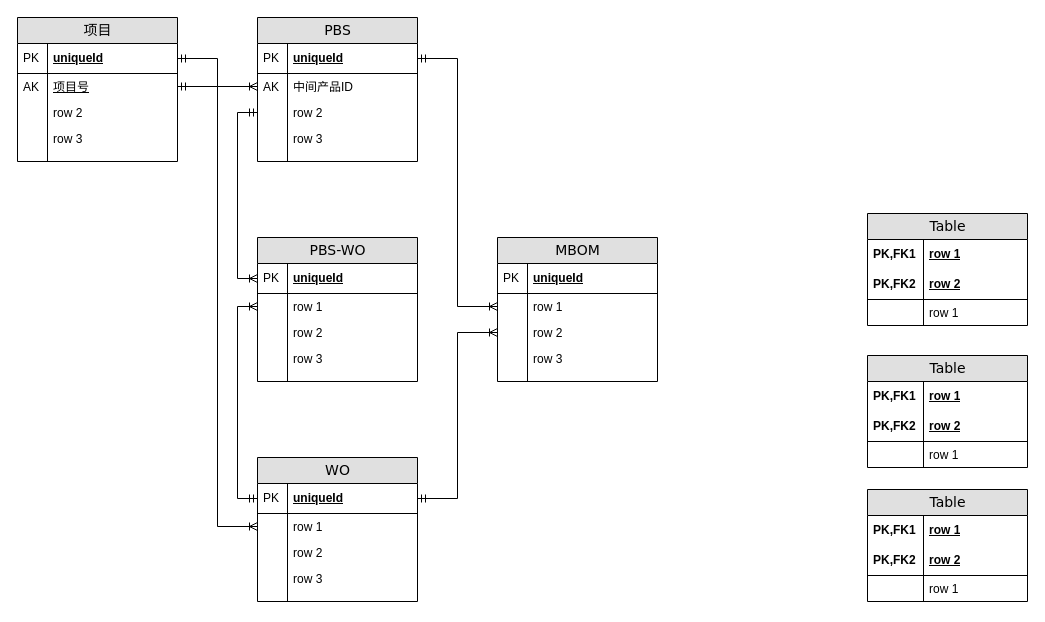
The draw.io diagram 4DP.drawio in blackdreamzg/bak, before the edit. Source tidied: cells renumbered, new cells numbered last; positions are measured from the earlier drawing's top-left corner, leaving out a move shared by most shapes. Both pictures are drawn from the tidied source at 100%, with x=0, y=0 at pixel (17, 17).
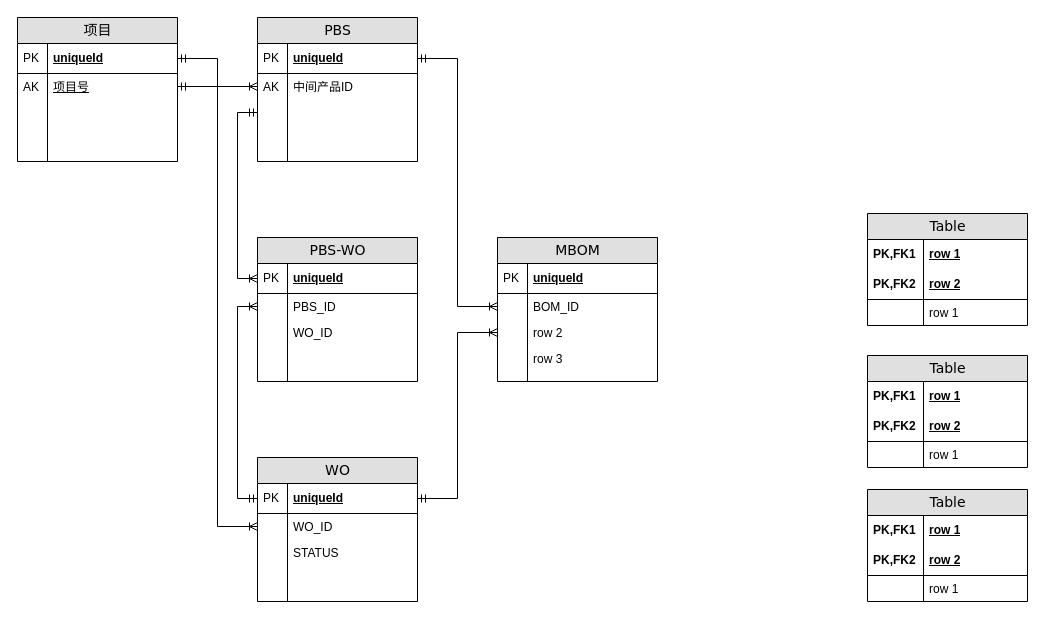
The same page after the edit.

The change refers to these unchanged cells:
```xml
<mxCell id="2" value="WO" style="swimlane;html=1;fontStyle=0;horizontal=1;startSize=26;fillColor=#e0e0e0;swimlaneFillColor=#ffffff;align=center;rounded=0;shadow=0;comic=0;labelBackgroundColor=none;strokeWidth=1;fontFamily=Verdana;fontSize=14;swimlaneLine=1;" parent="1" vertex="1">
  <mxGeometry x="240" y="440" width="160" height="144" as="geometry" />
</mxCell>
<mxCell id="13" value="PBS" style="swimlane;html=1;fontStyle=0;horizontal=1;startSize=26;fillColor=#e0e0e0;swimlaneFillColor=#ffffff;align=center;rounded=0;shadow=0;comic=0;labelBackgroundColor=none;strokeWidth=1;fontFamily=Verdana;fontSize=14;" parent="1" vertex="1">
  <mxGeometry x="240" width="160" height="144" as="geometry" />
</mxCell>
<mxCell id="24" value="MBOM" style="swimlane;html=1;fontStyle=0;horizontal=1;startSize=26;fillColor=#e0e0e0;swimlaneFillColor=#ffffff;align=center;rounded=0;shadow=0;comic=0;labelBackgroundColor=none;strokeWidth=1;fontFamily=Verdana;fontSize=14;" parent="1" vertex="1">
  <mxGeometry x="480" y="220" width="160" height="144" as="geometry" />
</mxCell>
<mxCell id="56" value="项目" style="swimlane;html=1;fontStyle=0;horizontal=1;startSize=26;fillColor=#e0e0e0;swimlaneFillColor=#ffffff;align=center;rounded=0;shadow=0;comic=0;labelBackgroundColor=none;strokeWidth=1;fontFamily=Verdana;fontSize=14;" parent="1" vertex="1">
  <mxGeometry width="160" height="144" as="geometry" />
</mxCell>
<mxCell id="68" value="PBS-WO" style="swimlane;html=1;fontStyle=0;horizontal=1;startSize=26;fillColor=#e0e0e0;swimlaneFillColor=#ffffff;align=center;rounded=0;shadow=0;comic=0;labelBackgroundColor=none;strokeWidth=1;fontFamily=Verdana;fontSize=14;" parent="1" vertex="1">
  <mxGeometry x="240" y="220" width="160" height="144" as="geometry" />
</mxCell>
```

Change to the diagram source:
```diff
@@
-    <mxCell id="5" value="row 1" style="shape=partialRectangle;top=0;left=0;right=0;bottom=0;html=1;align=left;verticalAlign=top;fillColor=none;spacingLeft=34;spacingRight=4;whiteSpace=wrap;overflow=hidden;points=[[0,0.5],[1,0.5]];portConstraint=eastwest;" parent="2" vertex="1">
+    <mxCell id="5" value="WO_ID" style="shape=partialRectangle;top=0;left=0;right=0;bottom=0;html=1;align=left;verticalAlign=top;fillColor=none;spacingLeft=34;spacingRight=4;whiteSpace=wrap;overflow=hidden;points=[[0,0.5],[1,0.5]];portConstraint=eastwest;" parent="2" vertex="1">
       <mxGeometry y="56" width="160" height="26" as="geometry" />
     </mxCell>
@@
-    <mxCell id="7" value="row 2" style="shape=partialRectangle;top=0;left=0;right=0;bottom=0;html=1;align=left;verticalAlign=top;fillColor=none;spacingLeft=34;spacingRight=4;whiteSpace=wrap;overflow=hidden;" parent="2" vertex="1">
+    <mxCell id="7" value="STATUS" style="shape=partialRectangle;top=0;left=0;right=0;bottom=0;html=1;align=left;verticalAlign=top;fillColor=none;spacingLeft=34;spacingRight=4;whiteSpace=wrap;overflow=hidden;" parent="2" vertex="1">
       <mxGeometry y="82" width="160" height="26" as="geometry" />
     </mxCell>
@@
-    <mxCell id="9" value="row 3" style="shape=partialRectangle;top=0;left=0;right=0;bottom=0;html=1;align=left;verticalAlign=top;fillColor=none;spacingLeft=34;spacingRight=4;whiteSpace=wrap;overflow=hidden;" parent="2" vertex="1">
+    <mxCell id="9" style="shape=partialRectangle;top=0;left=0;right=0;bottom=0;html=1;align=left;verticalAlign=top;fillColor=none;spacingLeft=34;spacingRight=4;whiteSpace=wrap;overflow=hidden;" parent="2" vertex="1">
       <mxGeometry y="108" width="160" height="26" as="geometry" />
     </mxCell>
@@
-    <mxCell id="18" value="row 2" style="shape=partialRectangle;top=0;left=0;right=0;bottom=0;html=1;align=left;verticalAlign=top;fillColor=none;spacingLeft=34;spacingRight=4;whiteSpace=wrap;overflow=hidden;points=[[0,0.5],[1,0.5]];portConstraint=eastwest;" parent="13" vertex="1">
+    <mxCell id="18" style="shape=partialRectangle;top=0;left=0;right=0;bottom=0;html=1;align=left;verticalAlign=top;fillColor=none;spacingLeft=34;spacingRight=4;whiteSpace=wrap;overflow=hidden;points=[[0,0.5],[1,0.5]];portConstraint=eastwest;" parent="13" vertex="1">
       <mxGeometry y="82" width="160" height="26" as="geometry" />
     </mxCell>
@@
-    <mxCell id="20" value="row 3" style="shape=partialRectangle;top=0;left=0;right=0;bottom=0;html=1;align=left;verticalAlign=top;fillColor=none;spacingLeft=34;spacingRight=4;whiteSpace=wrap;overflow=hidden;" parent="13" vertex="1">
+    <mxCell id="20" style="shape=partialRectangle;top=0;left=0;right=0;bottom=0;html=1;align=left;verticalAlign=top;fillColor=none;spacingLeft=34;spacingRight=4;whiteSpace=wrap;overflow=hidden;" parent="13" vertex="1">
       <mxGeometry y="108" width="160" height="26" as="geometry" />
     </mxCell>
@@
-    <mxCell id="27" value="row 1" style="shape=partialRectangle;top=0;left=0;right=0;bottom=0;html=1;align=left;verticalAlign=top;fillColor=none;spacingLeft=34;spacingRight=4;whiteSpace=wrap;overflow=hidden;points=[[0,0.5],[1,0.5]];portConstraint=eastwest;" parent="24" vertex="1">
+    <mxCell id="27" value="BOM_ID" style="shape=partialRectangle;top=0;left=0;right=0;bottom=0;html=1;align=left;verticalAlign=top;fillColor=none;spacingLeft=34;spacingRight=4;whiteSpace=wrap;overflow=hidden;points=[[0,0.5],[1,0.5]];portConstraint=eastwest;" parent="24" vertex="1">
       <mxGeometry y="56" width="160" height="26" as="geometry" />
     </mxCell>
@@
-    <mxCell id="61" value="row 2" style="shape=partialRectangle;top=0;left=0;right=0;bottom=0;html=1;align=left;verticalAlign=top;fillColor=none;spacingLeft=34;spacingRight=4;whiteSpace=wrap;overflow=hidden;" parent="56" vertex="1">
+    <mxCell id="61" style="shape=partialRectangle;top=0;left=0;right=0;bottom=0;html=1;align=left;verticalAlign=top;fillColor=none;spacingLeft=34;spacingRight=4;whiteSpace=wrap;overflow=hidden;" parent="56" vertex="1">
       <mxGeometry y="82" width="160" height="26" as="geometry" />
     </mxCell>
@@
-    <mxCell id="63" value="row 3" style="shape=partialRectangle;top=0;left=0;right=0;bottom=0;html=1;align=left;verticalAlign=top;fillColor=none;spacingLeft=34;spacingRight=4;whiteSpace=wrap;overflow=hidden;" parent="56" vertex="1">
+    <mxCell id="63" style="shape=partialRectangle;top=0;left=0;right=0;bottom=0;html=1;align=left;verticalAlign=top;fillColor=none;spacingLeft=34;spacingRight=4;whiteSpace=wrap;overflow=hidden;" parent="56" vertex="1">
       <mxGeometry y="108" width="160" height="26" as="geometry" />
     </mxCell>
@@
-    <mxCell id="71" value="row 1" style="shape=partialRectangle;top=0;left=0;right=0;bottom=0;html=1;align=left;verticalAlign=top;fillColor=none;spacingLeft=34;spacingRight=4;whiteSpace=wrap;overflow=hidden;points=[[0,0.5],[1,0.5]];portConstraint=eastwest;" parent="68" vertex="1">
+    <mxCell id="71" value="PBS_ID" style="shape=partialRectangle;top=0;left=0;right=0;bottom=0;html=1;align=left;verticalAlign=top;fillColor=none;spacingLeft=34;spacingRight=4;whiteSpace=wrap;overflow=hidden;points=[[0,0.5],[1,0.5]];portConstraint=eastwest;" parent="68" vertex="1">
       <mxGeometry y="56" width="160" height="26" as="geometry" />
     </mxCell>
@@
-    <mxCell id="73" value="row 2" style="shape=partialRectangle;top=0;left=0;right=0;bottom=0;html=1;align=left;verticalAlign=top;fillColor=none;spacingLeft=34;spacingRight=4;whiteSpace=wrap;overflow=hidden;" parent="68" vertex="1">
+    <mxCell id="73" value="WO_ID" style="shape=partialRectangle;top=0;left=0;right=0;bottom=0;html=1;align=left;verticalAlign=top;fillColor=none;spacingLeft=34;spacingRight=4;whiteSpace=wrap;overflow=hidden;" parent="68" vertex="1">
       <mxGeometry y="82" width="160" height="26" as="geometry" />
     </mxCell>
@@
-    <mxCell id="75" value="row 3" style="shape=partialRectangle;top=0;left=0;right=0;bottom=0;html=1;align=left;verticalAlign=top;fillColor=none;spacingLeft=34;spacingRight=4;whiteSpace=wrap;overflow=hidden;" parent="68" vertex="1">
+    <mxCell id="75" style="shape=partialRectangle;top=0;left=0;right=0;bottom=0;html=1;align=left;verticalAlign=top;fillColor=none;spacingLeft=34;spacingRight=4;whiteSpace=wrap;overflow=hidden;" parent="68" vertex="1">
       <mxGeometry y="108" width="160" height="26" as="geometry" />
     </mxCell>
```
